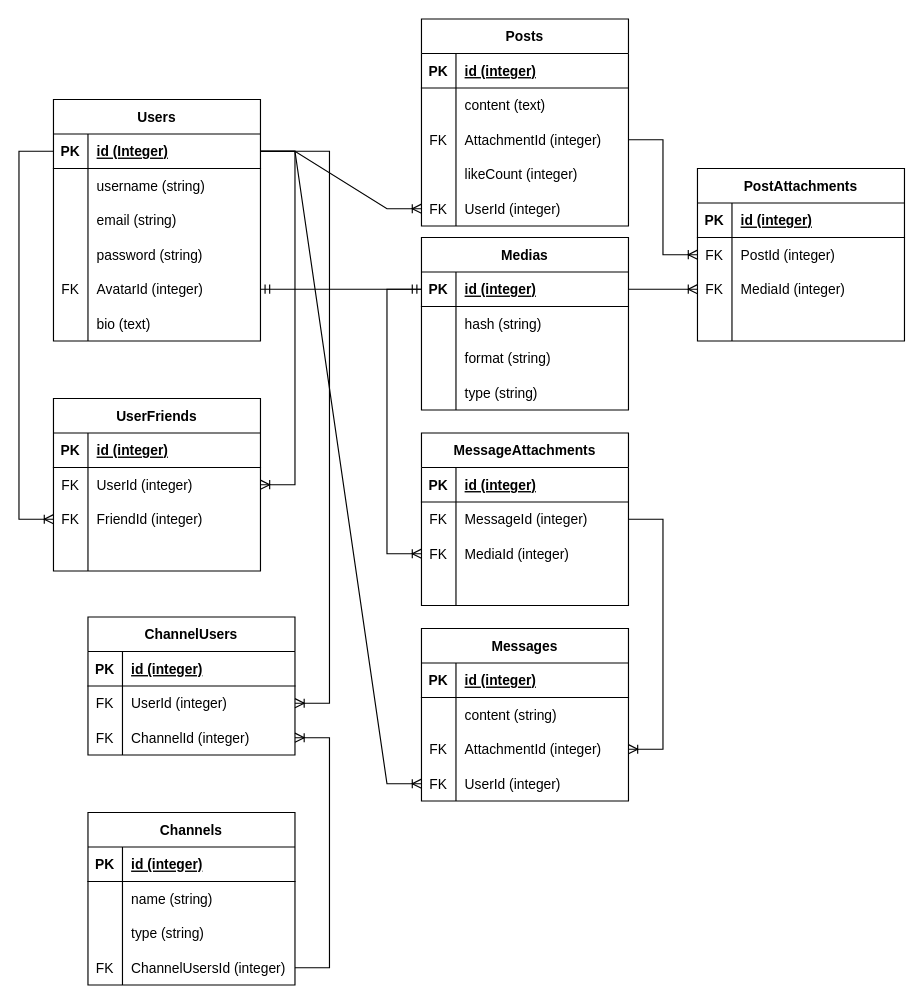
rmt-30-dahlia-fox/p2-iproject-server keeps this draw.io diagram as individual-schema.drawio. Above is the earlier version. Source tidied: cells renumbered, new cells numbered last; positions are measured from the earlier drawing's top-left corner, leaving out a move shared by most shapes. Both pictures are drawn from the tidied source at 115%, with x=0, y=0 at pixel (-5, 18).
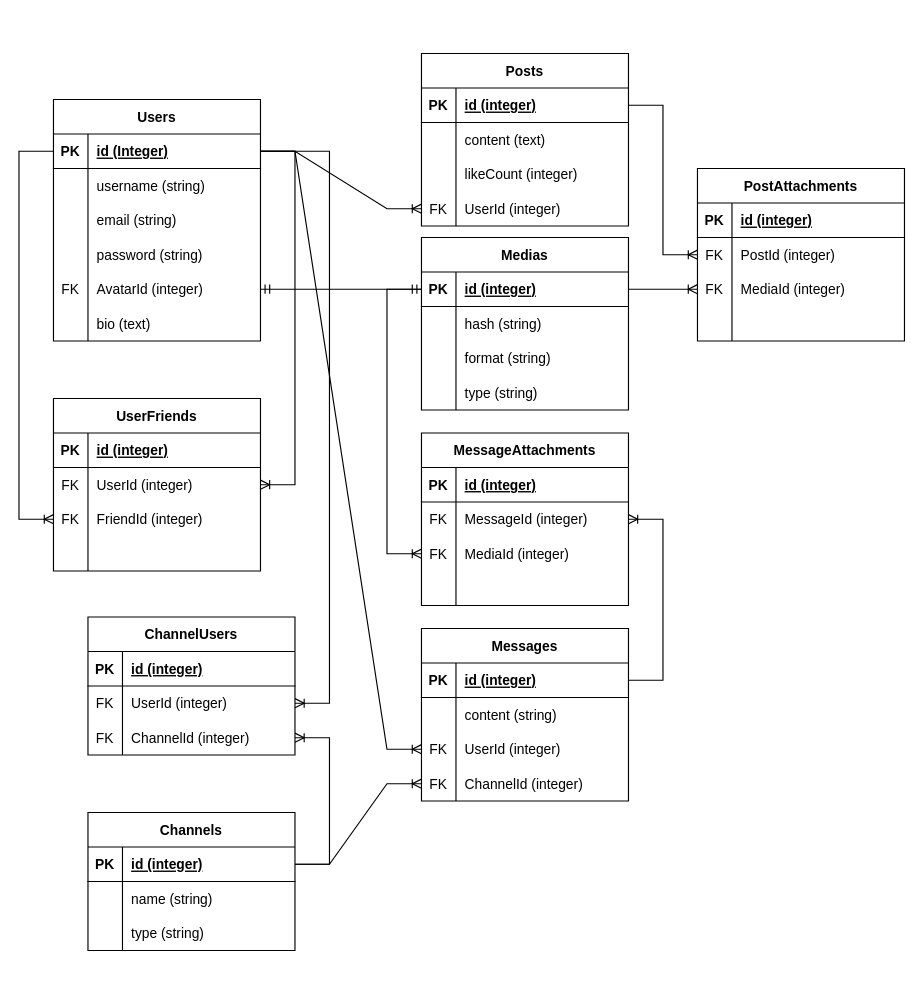
The same diagram, later.

Commit message (it also covers changes not shown here):
add table Posts and PostAttachments, fix schema

The change refers to these unchanged cells:
```xml
<mxCell id="37" style="shape=tableRow;horizontal=0;startSize=0;swimlaneHead=0;swimlaneBody=0;fillColor=none;points=[[0,0.5],[1,0.5]];portConstraint=eastwest;top=0;left=0;right=0;bottom=1;" parent="36" vertex="1">
  <mxGeometry y="30" width="180" height="30" as="geometry" />
</mxCell>
<mxCell id="71" style="shape=tableRow;horizontal=0;startSize=0;swimlaneHead=0;swimlaneBody=0;fillColor=none;points=[[0,0.5],[1,0.5]];portConstraint=eastwest;top=0;left=0;right=0;bottom=0;" parent="67" vertex="1">
  <mxGeometry y="60" width="180" height="30" as="geometry" />
</mxCell>
<mxCell id="83" style="shape=tableRow;horizontal=0;startSize=0;swimlaneHead=0;swimlaneBody=0;fillColor=none;points=[[0,0.5],[1,0.5]];portConstraint=eastwest;top=0;left=0;right=0;bottom=1;" parent="82" vertex="1">
  <mxGeometry y="30" width="180" height="30" as="geometry" />
</mxCell>
<mxCell id="95" value="Messages" style="shape=table;startSize=30;childLayout=tableLayout;rowLines=0;fontStyle=1;align=center;" parent="1" vertex="1">
  <mxGeometry x="370" y="530" width="180" height="150" as="geometry" />
</mxCell>
<mxCell id="96" style="shape=tableRow;horizontal=0;startSize=0;swimlaneHead=0;swimlaneBody=0;fillColor=none;points=[[0,0.5],[1,0.5]];portConstraint=eastwest;top=0;left=0;right=0;bottom=1;" parent="95" vertex="1">
  <mxGeometry y="30" width="180" height="30" as="geometry" />
</mxCell>
<mxCell id="115" style="shape=tableRow;horizontal=0;startSize=0;swimlaneHead=0;swimlaneBody=0;fillColor=none;points=[[0,0.5],[1,0.5]];portConstraint=eastwest;top=0;left=0;right=0;bottom=0;" parent="108" vertex="1">
  <mxGeometry y="90" width="180" height="30" as="geometry" />
</mxCell>
<mxCell id="124" style="shape=tableRow;horizontal=0;startSize=0;swimlaneHead=0;swimlaneBody=0;fillColor=none;points=[[0,0.5],[1,0.5]];portConstraint=eastwest;top=0;left=0;right=0;bottom=0;" parent="120" vertex="1">
  <mxGeometry y="60" width="180" height="30" as="geometry" />
</mxCell>
```

What changed in the source:
```diff
@@
     <mxCell id="36" value="Posts" style="shape=table;startSize=30;childLayout=tableLayout;rowLines=0;fontStyle=1;align=center;" parent="1" vertex="1">
-      <mxGeometry x="370" width="180" height="180" as="geometry" />
+      <mxGeometry x="370" y="30" width="180" height="150" as="geometry" />
     </mxCell>
@@
-    <mxCell id="43" style="shape=tableRow;horizontal=0;startSize=0;swimlaneHead=0;swimlaneBody=0;fillColor=none;points=[[0,0.5],[1,0.5]];portConstraint=eastwest;top=0;left=0;right=0;bottom=0;" parent="36" vertex="1">
-      <mxGeometry y="90" width="180" height="30" as="geometry" />
-    </mxCell>
-    <mxCell id="44" value="FK" style="shape=partialRectangle;fillColor=none;top=0;left=0;bottom=0;right=0;overflow=hidden;" parent="43" vertex="1">
-      <mxGeometry width="30" height="30" as="geometry" />
-    </mxCell>
-    <mxCell id="45" value="AttachmentId (integer)" style="shape=partialRectangle;fillColor=none;top=0;left=0;bottom=0;right=0;align=left;spacingLeft=6;overflow=hidden;" parent="43" vertex="1">
-      <mxGeometry x="30" width="150" height="30" as="geometry" />
-    </mxCell>
     <mxCell id="46" style="shape=tableRow;horizontal=0;startSize=0;swimlaneHead=0;swimlaneBody=0;fillColor=none;top=0;left=0;right=0;bottom=0;" parent="36" vertex="1">
-      <mxGeometry y="120" width="180" height="30" as="geometry" />
+      <mxGeometry y="90" width="180" height="30" as="geometry" />
     </mxCell>
@@
     <mxCell id="49" style="shape=tableRow;horizontal=0;startSize=0;swimlaneHead=0;swimlaneBody=0;fillColor=none;points=[[0,0.5],[1,0.5]];portConstraint=eastwest;top=0;left=0;right=0;bottom=0;" parent="36" vertex="1">
-      <mxGeometry y="150" width="180" height="30" as="geometry" />
+      <mxGeometry y="120" width="180" height="30" as="geometry" />
     </mxCell>
@@
-    <mxCell id="80" style="edgeStyle=entityRelationEdgeStyle;fontSize=12;html=1;endArrow=ERoneToMany;rounded=0;" parent="1" edge="1" source="43" target="71">
+    <mxCell id="80" style="edgeStyle=entityRelationEdgeStyle;fontSize=12;html=1;endArrow=ERoneToMany;rounded=0;" parent="1" edge="1" source="37" target="71">
       <mxGeometry relative="1" as="geometry" />
     </mxCell>
@@
     <mxCell id="82" value="Channels" style="shape=table;startSize=30;childLayout=tableLayout;rowLines=0;fontStyle=1;align=center;" parent="1" vertex="1">
-      <mxGeometry x="80" y="690" width="180" height="150" as="geometry" />
+      <mxGeometry x="80" y="690" width="180" height="120" as="geometry" />
     </mxCell>
@@
-    <mxCell id="92" style="shape=tableRow;horizontal=0;startSize=0;swimlaneHead=0;swimlaneBody=0;fillColor=none;points=[[0,0.5],[1,0.5]];portConstraint=eastwest;top=0;left=0;right=0;bottom=0;" parent="82" vertex="1">
-      <mxGeometry y="120" width="180" height="30" as="geometry" />
-    </mxCell>
-    <mxCell id="93" value="FK" style="shape=partialRectangle;fillColor=none;top=0;left=0;bottom=0;right=0;overflow=hidden;" parent="92" vertex="1">
-      <mxGeometry width="30" height="30" as="geometry" />
-    </mxCell>
-    <mxCell id="94" value="ChannelUsersId (integer)" style="shape=partialRectangle;fillColor=none;top=0;left=0;bottom=0;right=0;align=left;spacingLeft=6;overflow=hidden;" parent="92" vertex="1">
-      <mxGeometry x="30" width="150" height="30" as="geometry" />
-    </mxCell>
@@
-    <mxCell id="102" style="shape=tableRow;horizontal=0;startSize=0;swimlaneHead=0;swimlaneBody=0;fillColor=none;points=[[0,0.5],[1,0.5]];portConstraint=eastwest;top=0;left=0;right=0;bottom=0;" parent="95" vertex="1">
-      <mxGeometry y="90" width="180" height="30" as="geometry" />
-    </mxCell>
-    <mxCell id="103" value="FK" style="shape=partialRectangle;fillColor=none;top=0;left=0;bottom=0;right=0;overflow=hidden;" parent="102" vertex="1">
-      <mxGeometry width="30" height="30" as="geometry" />
-    </mxCell>
-    <mxCell id="104" value="AttachmentId (integer)" style="shape=partialRectangle;fillColor=none;top=0;left=0;bottom=0;right=0;align=left;spacingLeft=6;overflow=hidden;" parent="102" vertex="1">
-      <mxGeometry x="30" width="150" height="30" as="geometry" />
-    </mxCell>
     <mxCell id="105" style="shape=tableRow;horizontal=0;startSize=0;swimlaneHead=0;swimlaneBody=0;fillColor=none;points=[[0,0.5],[1,0.5]];portConstraint=eastwest;top=0;left=0;right=0;bottom=0;" parent="95" vertex="1">
-      <mxGeometry y="120" width="180" height="30" as="geometry" />
+      <mxGeometry y="90" width="180" height="30" as="geometry" />
     </mxCell>
@@
+    <mxCell id="92" style="shape=tableRow;horizontal=0;startSize=0;swimlaneHead=0;swimlaneBody=0;fillColor=none;points=[[0,0.5],[1,0.5]];portConstraint=eastwest;top=0;left=0;right=0;bottom=0;" parent="95" vertex="1">
+      <mxGeometry y="120" width="180" height="30" as="geometry" />
+    </mxCell>
+    <mxCell id="136" value="FK" style="shape=partialRectangle;fillColor=none;top=0;left=0;bottom=0;right=0;overflow=hidden;" parent="92" vertex="1">
+      <mxGeometry width="30" height="30" as="geometry" />
+    </mxCell>
+    <mxCell id="137" value="ChannelId (integer)" style="shape=partialRectangle;fillColor=none;top=0;left=0;bottom=0;right=0;align=left;spacingLeft=6;overflow=hidden;" parent="92" vertex="1">
+      <mxGeometry x="30" width="150" height="30" as="geometry" />
+    </mxCell>
@@
-    <mxCell id="118" style="edgeStyle=entityRelationEdgeStyle;fontSize=12;html=1;endArrow=ERoneToMany;rounded=0;" parent="1" edge="1" source="92" target="115">
-      <mxGeometry relative="1" as="geometry" />
-    </mxCell>
@@
-    <mxCell id="134" style="edgeStyle=elbowEdgeStyle;fontSize=12;html=1;endArrow=ERoneToMany;rounded=0;" parent="1" edge="1" source="124" target="102">
-      <mxGeometry relative="1" as="geometry">
-        <Array as="points">
-          <mxPoint x="580" y="540" />
-          <mxPoint x="620" y="630" />
-        </Array>
-      </mxGeometry>
-    </mxCell>
@@
+    <mxCell id="138" style="edgeStyle=entityRelationEdgeStyle;fontSize=12;html=1;endArrow=ERoneToMany;rounded=0;" parent="1" edge="1" source="96" target="124">
+      <mxGeometry relative="1" as="geometry" />
+    </mxCell>
+    <mxCell id="139" style="edgeStyle=entityRelationEdgeStyle;fontSize=12;html=1;endArrow=ERoneToMany;rounded=0;" parent="1" edge="1" source="83" target="115">
+      <mxGeometry relative="1" as="geometry" />
+    </mxCell>
+    <mxCell id="140" style="edgeStyle=entityRelationEdgeStyle;fontSize=12;html=1;endArrow=ERoneToMany;rounded=0;" parent="1" edge="1" source="83" target="92">
+      <mxGeometry relative="1" as="geometry" />
+    </mxCell>
```
